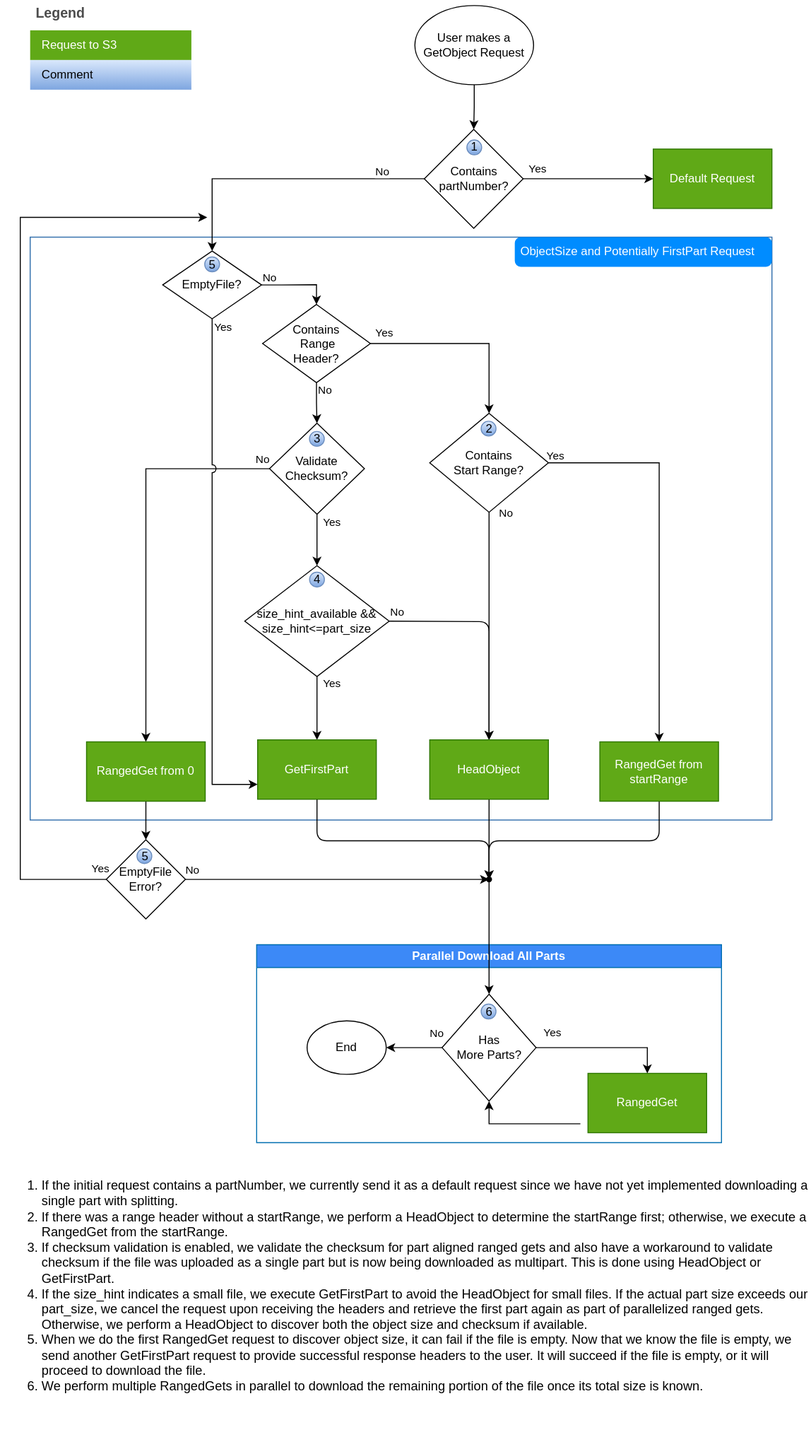
This is docs/images/GetObjectFlow.svg from awslabs/aws-c-s3, a draw.io export, as it was before one commit. Source tidied: cells renumbered, new cells last; positions are measured from the earlier drawing's top-left corner, leaving out a move shared by most shapes.
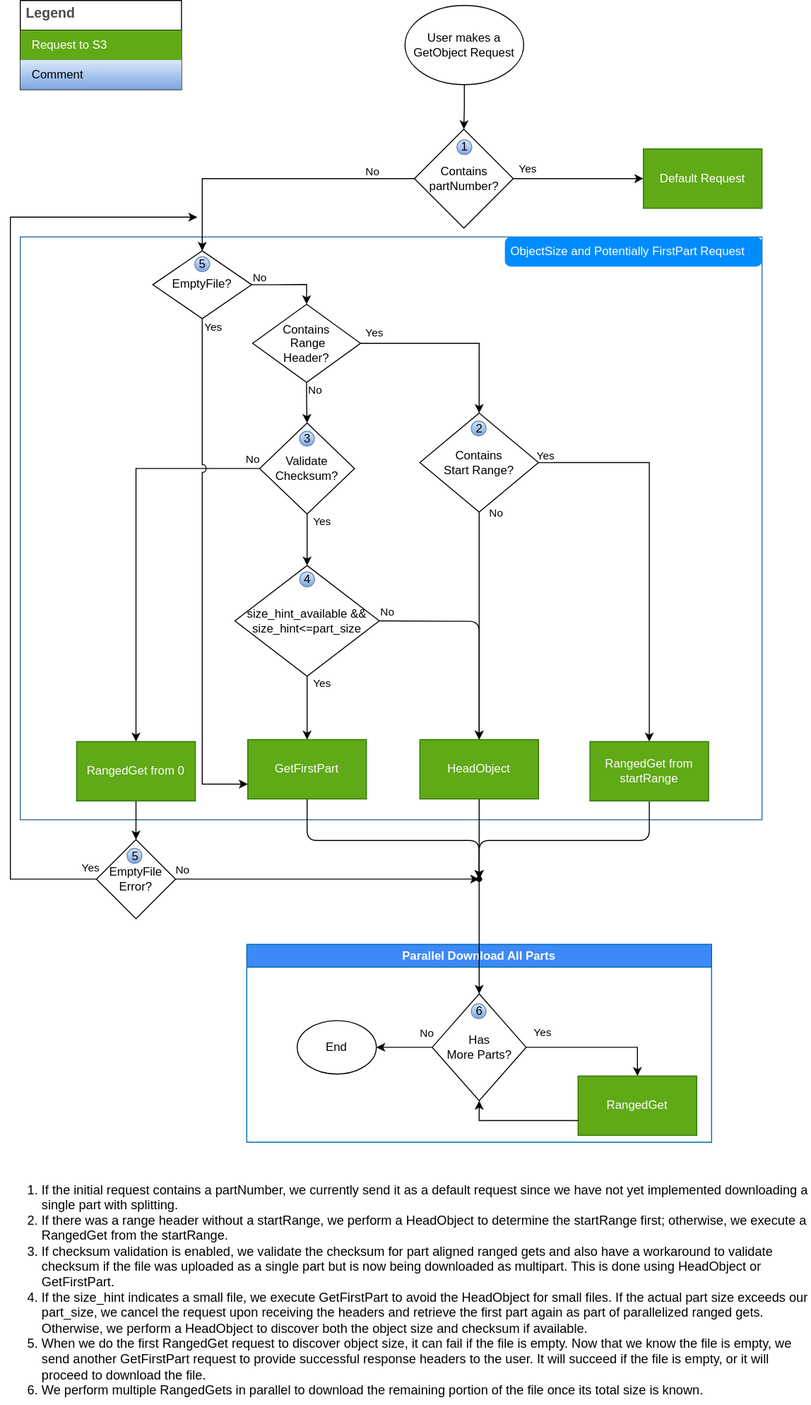
Later version of the same file.

The edit, as a diff of the source:
```diff
@@ -123,9 +123,9 @@
       <mxGeometry x="39.5" y="10" width="15" height="15" as="geometry" />
     </mxCell>
     <mxCell id="33" value="RangedGet" style="rounded=0;whiteSpace=wrap;html=1;fillColor=#60a917;fontColor=#ffffff;strokeColor=#2D7600;enumerate=0;enumerateValue=6;" parent="29" vertex="1">
-      <mxGeometry x="335" y="130" width="120" height="60" as="geometry" />
+      <mxGeometry x="335" y="133" width="120" height="60" as="geometry" />
     </mxCell>
-    <mxCell id="34" style="edgeStyle=orthogonalEdgeStyle;rounded=0;jettySize=auto;html=1;entryX=0.5;entryY=1;entryDx=0;entryDy=0;exitX=-0.064;exitY=0.85;exitDx=0;exitDy=0;exitPerimeter=0;" parent="29" edge="1" source="33" target="31">
+    <mxCell id="34" style="edgeStyle=orthogonalEdgeStyle;rounded=0;jettySize=auto;html=1;entryX=0.5;entryY=1;entryDx=0;entryDy=0;exitX=0;exitY=0.75;exitDx=0;exitDy=0;" parent="29" edge="1" source="33" target="31">
       <mxGeometry relative="1" as="geometry" />
     </mxCell>
     <mxCell id="35" style="edgeStyle=orthogonalEdgeStyle;rounded=0;jettySize=auto;html=1;entryX=0.5;entryY=0;entryDx=0;entryDy=0;" parent="29" edge="1" source="31" target="33">
@@ -140,7 +140,7 @@
       <mxGeometry x="51" y="77" width="80" height="54" as="geometry" />
     </mxCell>
     <mxCell id="38" value="&lt;ol style=&quot;font-size: 13px;&quot;&gt;&lt;li style=&quot;&quot;&gt;&lt;font style=&quot;font-size: 13px;&quot;&gt;If the initial request contains a partNumber, we currently send it as a default request since we have not yet implemented downloading a single part with splitting.&lt;/font&gt;&lt;/li&gt;&lt;li style=&quot;&quot;&gt;&lt;font style=&quot;font-size: 13px;&quot;&gt;If there was a range header without a startRange, we perform a&amp;nbsp;HeadObject&amp;nbsp;to determine the startRange first; otherwise, we execute a RangedGet from the startRange.&lt;/font&gt;&lt;/li&gt;&lt;li style=&quot;&quot;&gt;&lt;font style=&quot;font-size: 13px;&quot;&gt;If checksum validation is enabled, we validate the checksum for part aligned ranged gets and also have a workaround to validate checksum if the file was uploaded as a single part but is now being downloaded as multipart. This is done using&amp;nbsp;HeadObject&amp;nbsp;or GetFirstPart.&lt;br&gt;&lt;/font&gt;&lt;/li&gt;&lt;li style=&quot;&quot;&gt;&lt;font style=&quot;font-size: 13px;&quot;&gt;If the size_hint indicates a small file, we execute GetFirstPart to avoid the&amp;nbsp;HeadObject&amp;nbsp;for small files. If the actual part size exceeds our part_size, we cancel the request upon receiving the headers and retrieve the first part again as part of parallelized ranged gets. Otherwise, we perform a&amp;nbsp;HeadObject&amp;nbsp;to discover both the object size and checksum if available.&lt;/font&gt;&lt;/li&gt;&lt;li style=&quot;&quot;&gt;&lt;font style=&quot;font-size: 13px;&quot;&gt;When we do the first RangedGet request to discover object size, it can fail if the file is empty. Now that we know the file is empty, we send another GetFirstPart request to provide successful response headers to the user. It will succeed if the file is empty, or it will proceed to download the file.&lt;br&gt;&lt;/font&gt;&lt;/li&gt;&lt;li style=&quot;&quot;&gt;&lt;font style=&quot;font-size: 13px;&quot;&gt;We perform multiple RangedGets in parallel to download the remaining portion of the file once its total size is known.&lt;br&gt;&lt;/font&gt;&lt;/li&gt;&lt;/ol&gt;" style="text;strokeColor=none;fillColor=none;html=1;whiteSpace=wrap;verticalAlign=middle;overflow=hidden;align=left;labelPosition=center;verticalLabelPosition=middle;" parent="1" vertex="1">
-      <mxGeometry y="1129" width="820" height="340" as="geometry" />
+      <mxGeometry x="10" y="1179" width="820" height="240" as="geometry" />
     </mxCell>
     <mxCell id="39" style="group;rotation=90;" parent="1" vertex="1">
       <mxGeometry x="428.5" y="130" width="100" height="100" as="geometry" />
@@ -168,7 +168,7 @@
         <mxPoint x="-22" y="-7" as="offset" />
       </mxGeometry>
     </mxCell>
-    <mxCell id="47" value="Legend" style="shape=table;startSize=30;fontSize=14;align=left;verticalAlign=top;fillColor=none;strokeColor=none;fontColor=#4D4D4D;fontStyle=1;spacingLeft=6;spacing=0;" parent="1" vertex="1">
+    <mxCell id="47" value="Legend" style="shape=table;startSize=30;fontSize=14;align=left;verticalAlign=top;fillColor=none;strokeColor=default;fontColor=#4D4D4D;fontStyle=1;spacingLeft=6;spacing=0;" parent="1" vertex="1">
       <mxGeometry x="30" width="163" height="90" as="geometry" />
     </mxCell>
     <mxCell id="48" style="shape=tableRow;horizontal=0;startSize=0;swimlaneHead=0;swimlaneBody=0;strokeColor=inherit;top=0;left=0;bottom=0;right=0;fillColor=none;fontSize=12;" parent="47" vertex="1">
```
